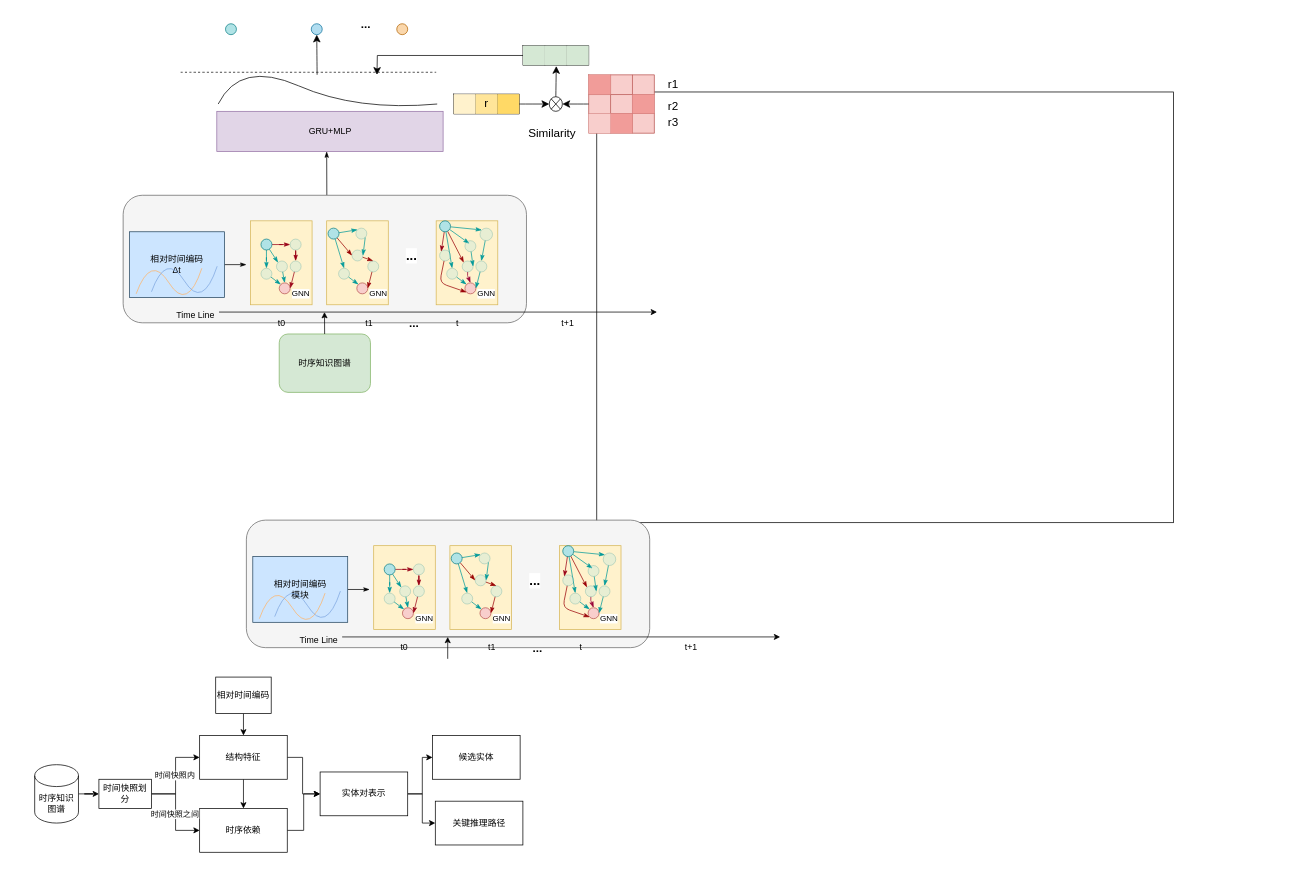
Before: 未命名绘图.drawio in LNqwn/BISHE-GRAPH, a draw.io diagram. Source tidied: cells renumbered, new cells numbered last; positions are measured from the earlier drawing's top-left corner, leaving out a move shared by most shapes. Both pictures are drawn from the tidied source at 73%, with x=0, y=0 at pixel (34, 12).
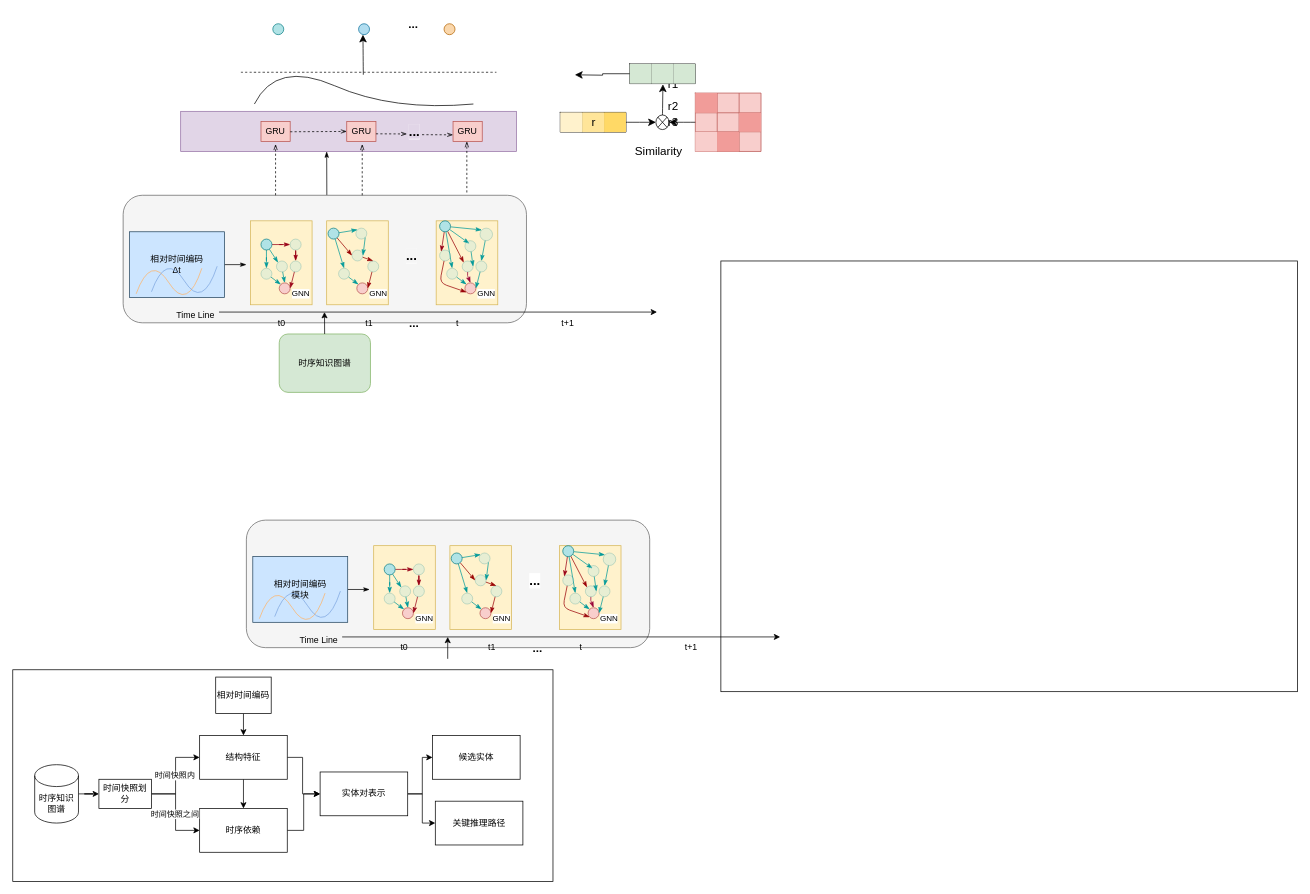
The same diagram, later.

Commit message:
更新未命名绘图.drawio

Unchanged cells that the change refers to:
```xml
<mxCell id="86" style="shape=tableRow;horizontal=0;startSize=0;swimlaneHead=0;swimlaneBody=0;strokeColor=inherit;top=0;left=0;bottom=0;right=0;fillColor=none;points=[[0,0.5],[1,0.5]];portConstraint=eastwest;fontSize=16;" parent="85" vertex="1">
  <mxGeometry width="90" height="27" as="geometry" />
</mxCell>
```

Change to the diagram source:
```diff
@@
     <mxCell id="2" style="rounded=0;whiteSpace=wrap;html=1;" parent="1" vertex="1">
-      <mxGeometry x="770" y="108.5" width="790" height="590" as="geometry" />
+      <mxGeometry x="940" y="340" width="790" height="590" as="geometry" />
     </mxCell>
+    <mxCell id="198" style="rounded=0;whiteSpace=wrap;html=1;" parent="1" vertex="1">
+      <mxGeometry x="-30" y="900" width="740" height="290" as="geometry" />
+    </mxCell>
@@
-    <mxCell id="59" value="&lt;b&gt;&lt;font style=&quot;font-size: 18px;&quot;&gt;...&lt;/font&gt;&lt;/b&gt;" style="text;html=1;align=center;verticalAlign=middle;strokeColor=none;fillColor=none;fontFamily=Helvetica;fontSize=11;fontColor=default;labelBackgroundColor=default;" parent="1" vertex="1">
+    <mxCell id="59" value="&lt;b&gt;&lt;font style=&quot;font-size: 18px; background-color: rgb(245, 245, 245);&quot;&gt;...&lt;/font&gt;&lt;/b&gt;" style="text;html=1;align=center;verticalAlign=middle;strokeColor=none;fillColor=none;fontFamily=Helvetica;fontSize=11;fontColor=default;labelBackgroundColor=default;" parent="1" vertex="1">
       <mxGeometry x="496.2" y="312.5" width="40" height="40" as="geometry" />
     </mxCell>
-    <mxCell id="60" value="GRU+MLP" style="rounded=0;whiteSpace=wrap;html=1;fillColor=#e1d5e7;strokeColor=#9673a6;" parent="1" vertex="1">
-      <mxGeometry x="249.5" y="135" width="310" height="55" as="geometry" />
+    <mxCell id="60" style="rounded=0;whiteSpace=wrap;html=1;fillColor=#e1d5e7;strokeColor=#9673a6;" parent="1" vertex="1">
+      <mxGeometry x="200" y="135" width="460" height="55" as="geometry" />
     </mxCell>
     <mxCell id="61" style="shape=table;startSize=0;childLayout=tableLayout;fontSize=16;fillColor=#f8cecc;strokeColor=#b85450;" parent="1" vertex="1">
-      <mxGeometry x="758.9" y="85" width="90" height="80" as="geometry" />
+      <mxGeometry x="905" y="110" width="90" height="80" as="geometry" />
     </mxCell>
@@
     <mxCell id="74" style="shape=table;startSize=0;childLayout=tableLayout;fontSize=16;" parent="1" vertex="1">
-      <mxGeometry x="573.9" y="111.5" width="90" height="27" as="geometry" />
+      <mxGeometry x="720" y="136.5" width="90" height="27" as="geometry" />
     </mxCell>
@@
     <mxCell id="79" style="shape=sumEllipse;perimeter=ellipsePerimeter;whiteSpace=wrap;html=1;backgroundOutline=1;" parent="1" vertex="1">
-      <mxGeometry x="704.9" y="115" width="18" height="20" as="geometry" />
+      <mxGeometry x="851" y="140" width="18" height="20" as="geometry" />
     </mxCell>
@@
     <mxCell id="84" value="r" style="text;html=1;align=center;verticalAlign=middle;whiteSpace=wrap;rounded=0;fontSize=16;" parent="1" vertex="1">
-      <mxGeometry x="589.4" y="108.5" width="60" height="30" as="geometry" />
+      <mxGeometry x="735.5" y="133.5" width="60" height="30" as="geometry" />
     </mxCell>
     <mxCell id="85" style="shape=table;startSize=0;childLayout=tableLayout;fontSize=16;" parent="1" vertex="1">
-      <mxGeometry x="668.9" y="45" width="90" height="27" as="geometry" />
+      <mxGeometry x="815" y="70" width="90" height="27" as="geometry" />
     </mxCell>
@@
     <mxCell id="91" style="endArrow=classic;html=1;rounded=0;fontSize=12;startSize=8;endSize=8;edgeStyle=orthogonalEdgeStyle;exitX=0;exitY=0.5;exitDx=0;exitDy=0;" parent="1" edge="1" source="86">
       <mxGeometry relative="1" as="geometry">
-        <mxPoint x="468.9" y="85" as="targetPoint" />
+        <mxPoint x="740" y="85" as="targetPoint" />
       </mxGeometry>
     </mxCell>
     <mxCell id="92" style="endArrow=none;html=1;rounded=0;fontSize=12;startSize=8;endSize=8;curved=1;" parent="1" edge="1">
       <mxGeometry relative="1" as="geometry">
-        <mxPoint x="251.4" y="125" as="sourcePoint" />
-        <mxPoint x="551.4" y="125" as="targetPoint" />
+        <mxPoint x="301" y="125" as="sourcePoint" />
+        <mxPoint x="601" y="125" as="targetPoint" />
         <Array as="points">
-          <mxPoint x="281.4" y="65" />
-          <mxPoint x="441.4" y="135" />
+          <mxPoint x="331" y="65" />
+          <mxPoint x="491" y="135" />
         </Array>
       </mxGeometry>
     </mxCell>
     <mxCell id="93" style="endArrow=none;dashed=1;html=1;rounded=0;fontSize=12;startSize=8;endSize=8;curved=1;" parent="1" edge="1">
       <mxGeometry relative="1" as="geometry">
-        <mxPoint x="200" y="81.5" as="sourcePoint" />
-        <mxPoint x="550" y="81.5" as="targetPoint" />
+        <mxPoint x="282.5" y="81.5" as="sourcePoint" />
+        <mxPoint x="632.5" y="81.5" as="targetPoint" />
       </mxGeometry>
     </mxCell>
     <mxCell id="94" style="endArrow=classic;html=1;rounded=0;fontSize=12;startSize=8;endSize=8;curved=1;entryX=0.5;entryY=1;entryDx=0;entryDy=0;" parent="1" edge="1">
       <mxGeometry relative="1" as="geometry">
-        <mxPoint x="386.9" y="85" as="sourcePoint" />
-        <mxPoint x="386.4" y="30" as="targetPoint" />
+        <mxPoint x="450.2" y="85" as="sourcePoint" />
+        <mxPoint x="449.7" y="30" as="targetPoint" />
       </mxGeometry>
     </mxCell>
@@
     <mxCell id="97" style="ellipse;whiteSpace=wrap;html=1;fillColor=#b1ddf0;strokeColor=#10739e;" parent="1" vertex="1">
-      <mxGeometry x="378.9" y="15" width="15" height="15" as="geometry" />
+      <mxGeometry x="443.7" y="15" width="15" height="15" as="geometry" />
     </mxCell>
     <mxCell id="98" style="ellipse;whiteSpace=wrap;html=1;fillColor=#fad7ac;strokeColor=#b46504;" parent="1" vertex="1">
-      <mxGeometry x="496" y="15" width="15" height="15" as="geometry" />
+      <mxGeometry x="560.8" y="15" width="15" height="15" as="geometry" />
     </mxCell>
     <mxCell id="99" style="ellipse;whiteSpace=wrap;html=1;fillColor=#b0e3e6;strokeColor=#0e8088;" parent="1" vertex="1">
-      <mxGeometry x="261.4" y="15" width="15" height="15" as="geometry" />
+      <mxGeometry x="326.2" y="15" width="15" height="15" as="geometry" />
     </mxCell>
     <mxCell id="100" value="&lt;b&gt;...&lt;/b&gt;" style="text;html=1;align=center;verticalAlign=middle;whiteSpace=wrap;rounded=0;fontSize=16;" parent="1" vertex="1">
-      <mxGeometry x="424.1" width="60" height="30" as="geometry" />
+      <mxGeometry x="488.9" width="60" height="30" as="geometry" />
     </mxCell>
     <mxCell id="101" value="Similarity" style="text;html=1;align=center;verticalAlign=middle;whiteSpace=wrap;rounded=0;fontSize=16;" parent="1" vertex="1">
-      <mxGeometry x="678.9" y="150" width="60" height="30" as="geometry" />
+      <mxGeometry x="825" y="175" width="60" height="30" as="geometry" />
     </mxCell>
@@
+    <mxCell id="199" value="GRU" style="rounded=0;whiteSpace=wrap;html=1;fillColor=#f8cecc;strokeColor=#b85450;" parent="1" vertex="1">
+      <mxGeometry x="310" y="148.8" width="40" height="27.5" as="geometry" />
+    </mxCell>
+    <mxCell id="200" value="GRU" style="rounded=0;whiteSpace=wrap;html=1;fillColor=#f8cecc;strokeColor=#b85450;" parent="1" vertex="1">
+      <mxGeometry x="427.5" y="148.8" width="40" height="27.5" as="geometry" />
+    </mxCell>
+    <mxCell id="201" value="GRU" style="rounded=0;whiteSpace=wrap;html=1;fillColor=#f8cecc;strokeColor=#b85450;" parent="1" vertex="1">
+      <mxGeometry x="573.1" y="148.8" width="40" height="27.5" as="geometry" />
+    </mxCell>
+    <mxCell id="202" style="endArrow=openThin;dashed=1;html=1;rounded=0;endFill=0;" parent="1" edge="1">
+      <mxGeometry relative="1" as="geometry">
+        <mxPoint x="330" y="250" as="sourcePoint" />
+        <mxPoint x="330" y="180" as="targetPoint" />
+      </mxGeometry>
+    </mxCell>
+    <mxCell id="203" style="endArrow=openThin;dashed=1;html=1;rounded=0;endFill=0;" parent="1" edge="1">
+      <mxGeometry relative="1" as="geometry">
+        <mxPoint x="448.7" y="250" as="sourcePoint" />
+        <mxPoint x="448.7" y="180" as="targetPoint" />
+      </mxGeometry>
+    </mxCell>
+    <mxCell id="204" style="endArrow=openThin;dashed=1;html=1;rounded=0;endFill=0;" parent="1" edge="1">
+      <mxGeometry relative="1" as="geometry">
+        <mxPoint x="592" y="246.2" as="sourcePoint" />
+        <mxPoint x="592" y="176.2" as="targetPoint" />
+      </mxGeometry>
+    </mxCell>
+    <mxCell id="205" style="endArrow=openThin;dashed=1;html=1;rounded=0;endFill=0;entryX=0;entryY=0.5;entryDx=0;entryDy=0;" parent="1" edge="1" target="200">
+      <mxGeometry relative="1" as="geometry">
+        <mxPoint x="350" y="163" as="sourcePoint" />
+      </mxGeometry>
+    </mxCell>
+    <mxCell id="206" style="endArrow=openThin;dashed=1;html=1;rounded=0;endFill=0;" parent="1" edge="1">
+      <mxGeometry relative="1" as="geometry">
+        <mxPoint x="467.5" y="165.8" as="sourcePoint" />
+        <mxPoint x="510" y="166" as="targetPoint" />
+      </mxGeometry>
+    </mxCell>
+    <mxCell id="207" style="endArrow=openThin;dashed=1;html=1;rounded=0;endFill=0;" parent="1" edge="1">
+      <mxGeometry relative="1" as="geometry">
+        <mxPoint x="530.6" y="167" as="sourcePoint" />
+        <mxPoint x="573.1" y="167.2" as="targetPoint" />
+      </mxGeometry>
+    </mxCell>
+    <mxCell id="208" value="&lt;b&gt;&lt;font style=&quot;font-size: 18px; background-color: rgb(225, 213, 231);&quot;&gt;...&lt;/font&gt;&lt;/b&gt;" style="text;html=1;align=center;verticalAlign=middle;strokeColor=none;fillColor=none;fontFamily=Helvetica;fontSize=11;fontColor=default;labelBackgroundColor=default;" parent="1" vertex="1">
+      <mxGeometry x="500" y="142.5" width="40" height="40" as="geometry" />
+    </mxCell>
```
